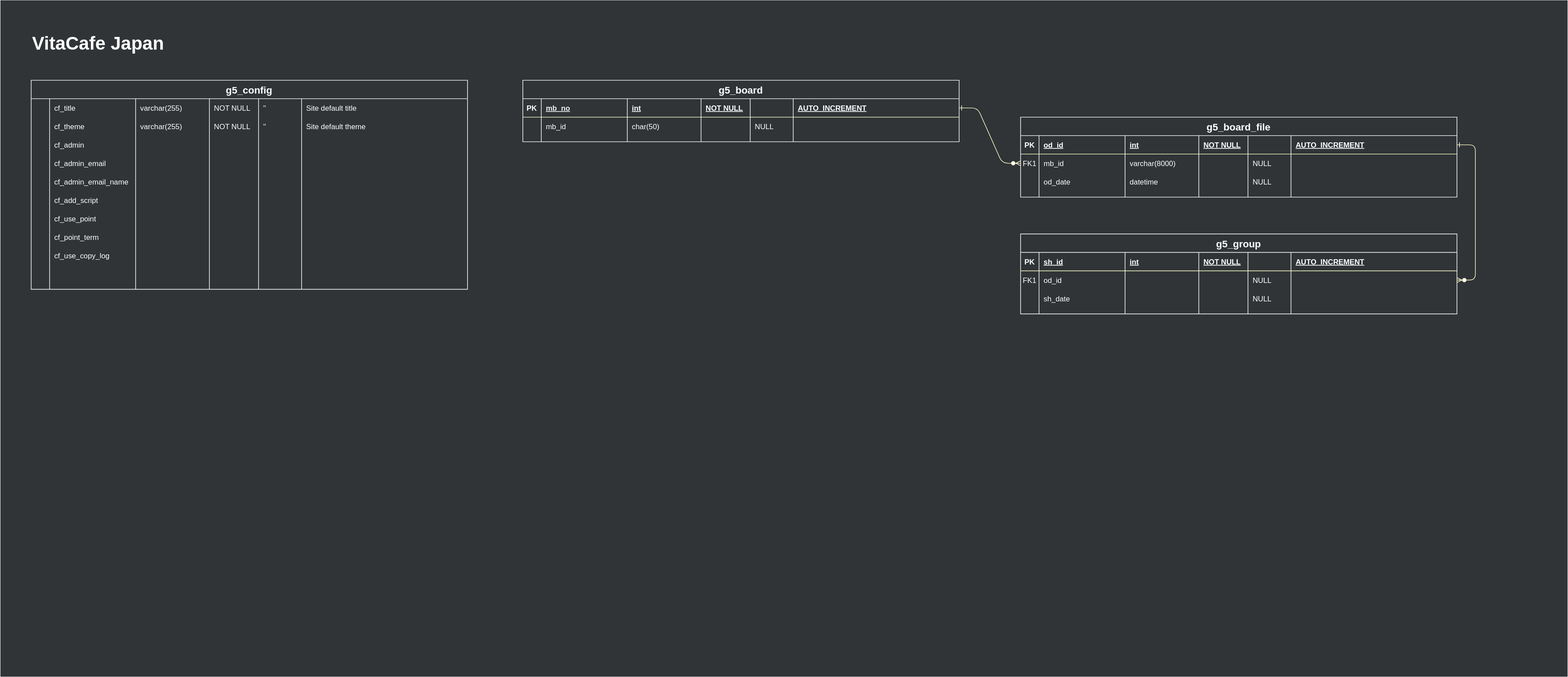
Before: assets/.draw.io/documents/vitacafe-japan-erd.svg, a diagram exported from draw.io (jiholee-ntwglobal/jiholee-ntwglobal.github.io). Source tidied: cells renumbered, new cells last; positions are measured from the earlier drawing's top-left corner, leaving out a move shared by most shapes.
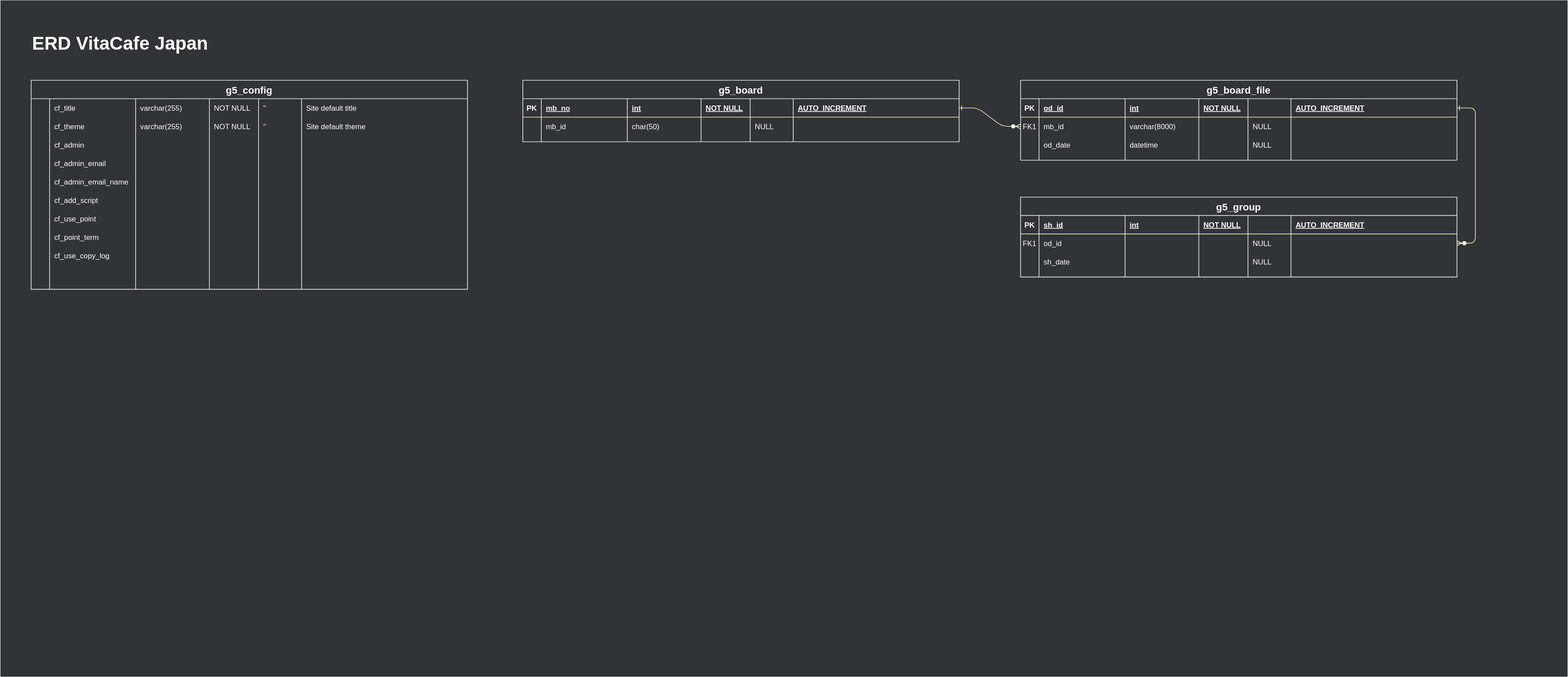
The same file after the commit.

Change to the diagram source:
```diff
@@ -13,7 +13,7 @@
       <mxGeometry relative="1" as="geometry" />
     </mxCell>
     <mxCell id="6" value="g5_board_file" style="shape=table;startSize=30;rowLines=0;fontStyle=1;align=center;labelBackgroundColor=none;shadow=0;fillColor=none;fontColor=#FFFFFF;strokeColor=#FFFFFF;fontSize=16;" parent="3" vertex="1">
-      <mxGeometry x="1660" y="190" width="710" height="130" as="geometry" />
+      <mxGeometry x="1660" y="130" width="710" height="130" as="geometry" />
     </mxCell>
     <mxCell id="7" style="shape=partialRectangle;points=[[0,0.5],[1,0.5]];portConstraint=eastwest;top=0;left=0;right=0;bottom=1;labelBackgroundColor=none;shadow=0;fillColor=none;strokeColor=#FFFFCC;" parent="6" vertex="1">
       <mxGeometry y="30" width="710" height="30" as="geometry" />
@@ -79,7 +79,7 @@
       <mxGeometry x="440" width="270" height="30" as="geometry" />
     </mxCell>
     <mxCell id="28" value="g5_group" style="shape=table;startSize=30;rowLines=0;fontStyle=1;align=center;labelBackgroundColor=none;shadow=0;fillColor=none;strokeColor=#FFFFFF;fontColor=#FFFFFF;fontSize=16;" parent="3" vertex="1">
-      <mxGeometry x="1660" y="380" width="710" height="130" as="geometry" />
+      <mxGeometry x="1660" y="320" width="710" height="130" as="geometry" />
     </mxCell>
     <mxCell id="29" style="shape=partialRectangle;top=0;left=0;right=0;bottom=1;labelBackgroundColor=none;shadow=0;fillColor=none;strokeColor=#FFFFCC;" parent="28" vertex="1">
       <mxGeometry y="30" width="710" height="30" as="geometry" />
@@ -189,7 +189,7 @@
     <mxCell id="64" style="shape=partialRectangle;overflow=hidden;top=0;left=0;bottom=0;right=0;align=left;spacingLeft=6;labelBackgroundColor=none;shadow=0;fillColor=none;strokeColor=#FFFFCC;fontColor=#FFFFFF;" parent="58" vertex="1">
       <mxGeometry x="440" width="270" height="30" as="geometry" />
     </mxCell>
-    <mxCell id="65" value="&lt;font color=&quot;#ffffff&quot;&gt;VitaCafe Japan&lt;/font&gt;" style="text;fillColor=none;html=1;fontSize=30;fontStyle=1;verticalAlign=middle;align=left;shadow=0;labelBackgroundColor=none;" parent="3" vertex="1">
+    <mxCell id="65" value="&lt;font color=&quot;#ffffff&quot;&gt;ERD VitaCafe Japan&lt;/font&gt;" style="text;fillColor=none;html=1;fontSize=30;fontStyle=1;verticalAlign=middle;align=left;shadow=0;labelBackgroundColor=none;" parent="3" vertex="1">
       <mxGeometry x="50" y="50" width="300" height="40" as="geometry" />
     </mxCell>
     <mxCell id="66" value="g5_config" style="shape=table;startSize=30;rowLines=0;fontStyle=1;align=center;labelBackgroundColor=none;shadow=0;fillColor=none;fontColor=#FFFFFF;strokeColor=#FFFFFF;fontSize=16;" parent="3" vertex="1">
```
